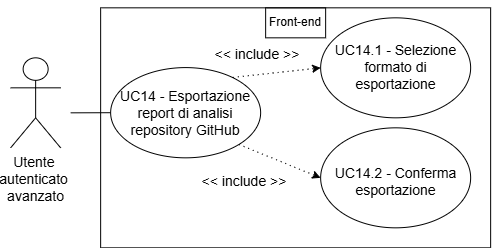
SkarabGroup/DocumentazioneProgetto keeps this draw.io diagram as assets/diagrams/UC14.png. Above is the earlier version. Source tidied: cells renumbered, new cells last; positions are measured from the earlier drawing's top-left corner, leaving out a move shared by most shapes.
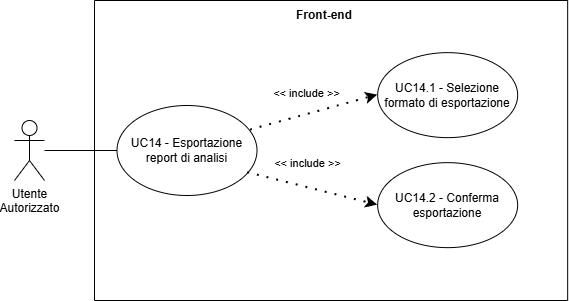
The same file after the commit.

Diff of the diagram source:
```diff
@@ -2,55 +2,43 @@
   <root>
     <mxCell id="0" />
     <mxCell id="1" parent="0" />
-    <mxCell id="2" value="&lt;font style=&quot;font-size: 14px;&quot;&gt;Utente&lt;/font&gt;&lt;font style=&quot;font-size: 12px;&quot;&gt;&amp;nbsp;&lt;/font&gt;&lt;div&gt;&lt;font style=&quot;&quot;&gt;&lt;font style=&quot;font-size: 14px;&quot;&gt;autenticato&lt;/font&gt;&lt;span style=&quot;font-size: 14px;&quot;&gt;&amp;nbsp;&lt;/span&gt;&lt;/font&gt;&lt;/div&gt;&lt;div&gt;&lt;font style=&quot;font-size: 14px;&quot;&gt;avanzato&lt;/font&gt;&lt;/div&gt;" style="shape=umlActor;verticalLabelPosition=bottom;verticalAlign=top;html=1;" parent="1" vertex="1">
-      <mxGeometry x="0.1" y="50.3" width="50" height="90" as="geometry" />
-    </mxCell>
-    <mxCell id="3" style="rounded=0;whiteSpace=wrap;html=1;" parent="1" vertex="1">
-      <mxGeometry x="90.1" y="0.3" width="390" height="240" as="geometry" />
-    </mxCell>
-    <mxCell id="4" style="endArrow=none;html=1;rounded=0;" parent="1" edge="1" target="5">
-      <mxGeometry relative="1" as="geometry">
-        <mxPoint x="60.1" y="105.3" as="sourcePoint" />
-      </mxGeometry>
-    </mxCell>
-    <mxCell id="5" style="ellipse;whiteSpace=wrap;html=1;" parent="1" vertex="1">
-      <mxGeometry x="100.1" y="60.1" width="150" height="90.2" as="geometry" />
-    </mxCell>
-    <mxCell id="6" value="&lt;font style=&quot;font-size: 14px;&quot;&gt;UC14 - Esportazione report di analisi repository GitHub&lt;/font&gt;" style="text;html=1;whiteSpace=wrap;strokeColor=none;fillColor=none;align=center;verticalAlign=middle;rounded=0;" parent="1" vertex="1">
-      <mxGeometry x="96.4" y="91.6" width="157.5" height="28.8" as="geometry" />
-    </mxCell>
-    <mxCell id="7" style="endArrow=classic;html=1;rounded=0;" parent="1" edge="1">
-      <mxGeometry relative="1" as="geometry">
-        <mxPoint x="20.1" y="0.3" as="sourcePoint" />
-        <mxPoint x="20.1" y="0.3" as="targetPoint" />
-      </mxGeometry>
-    </mxCell>
-    <mxCell id="8" style="ellipse;whiteSpace=wrap;html=1;" parent="1" vertex="1">
-      <mxGeometry x="310.1" y="10.3" width="150" height="100" as="geometry" />
-    </mxCell>
-    <mxCell id="9" style="ellipse;whiteSpace=wrap;html=1;" parent="1" vertex="1">
-      <mxGeometry x="310.1" y="120.3" width="150" height="100" as="geometry" />
-    </mxCell>
+    <mxCell id="17" value="Utente&lt;div&gt;&lt;span style=&quot;background-color: transparent; color: light-dark(rgb(0, 0, 0), rgb(255, 255, 255));&quot;&gt;Autorizzato&lt;/span&gt;&lt;/div&gt;" style="shape=umlActor;verticalLabelPosition=bottom;verticalAlign=top;html=1;outlineConnect=0;align=center;" parent="1" vertex="1">
+      <mxGeometry x="-1562" y="-734" width="30" height="60" as="geometry" />
+    </mxCell>
+    <mxCell id="18" style="swimlane;startSize=0;" parent="1" vertex="1">
+      <mxGeometry x="-1482" y="-854" width="473.2" height="300" as="geometry" />
+    </mxCell>
+    <mxCell id="19" style="ellipse;whiteSpace=wrap;html=1;" parent="18" vertex="1">
+      <mxGeometry x="22.5" y="105" width="140" height="90" as="geometry" />
+    </mxCell>
+    <mxCell id="20" value="&lt;div style=&quot;&quot;&gt;&lt;span style=&quot;background-color: transparent; color: light-dark(rgb(0, 0, 0), rgb(255, 255, 255));&quot;&gt;UC14 - Esportazione report di analisi&lt;/span&gt;&lt;/div&gt;" style="text;html=1;align=center;verticalAlign=middle;whiteSpace=wrap;rounded=0;" parent="18" vertex="1">
+      <mxGeometry x="35" y="115" width="115" height="70" as="geometry" />
+    </mxCell>
+    <mxCell id="21" style="ellipse;whiteSpace=wrap;html=1;" parent="18" vertex="1">
+      <mxGeometry x="283.2" y="52.1" width="140" height="85" as="geometry" />
+    </mxCell>
-    <mxCell id="10" value="&lt;font style=&quot;font-size: 14px;&quot;&gt;UC14.1 - Selezione formato di esportazione&lt;/font&gt;" style="text;html=1;whiteSpace=wrap;strokeColor=none;fillColor=none;align=center;verticalAlign=middle;rounded=0;" parent="1" vertex="1">
-      <mxGeometry x="322.6" y="42.8" width="125" height="35.1" as="geometry" />
+    <mxCell id="10" value="UC14.1 - Selezione formato di esportazione" style="text;html=1;align=center;verticalAlign=middle;whiteSpace=wrap;rounded=0;" parent="18" vertex="1">
+      <mxGeometry x="288.2" y="59.6" width="130" height="70" as="geometry" />
     </mxCell>
+    <mxCell id="22" value="&amp;lt;&amp;lt; include &amp;gt;&amp;gt;" style="endArrow=classic;startArrow=none;endFill=1;startFill=0;html=1;verticalAlign=bottom;dashed=1;labelBackgroundColor=none;rounded=0;dashPattern=1 4;curved=0;endSize=6;strokeWidth=2;exitX=0.953;exitY=0.273;exitDx=0;exitDy=0;entryX=0;entryY=0.5;entryDx=0;entryDy=0;exitPerimeter=0;" parent="18" edge="1" source="19" target="21">
+      <mxGeometry x="-0.08" y="12" relative="1" as="geometry" />
+    </mxCell>
+    <mxCell id="23" value="&amp;lt;&amp;lt; include &amp;gt;&amp;gt;" style="endArrow=classic;startArrow=none;endFill=1;startFill=0;html=1;verticalAlign=bottom;dashed=1;labelBackgroundColor=none;rounded=0;dashPattern=1 4;curved=0;endSize=6;strokeWidth=2;exitX=0.933;exitY=0.746;exitDx=0;exitDy=0;entryX=0;entryY=0.5;entryDx=0;entryDy=0;exitPerimeter=0;" parent="18" edge="1" source="19">
+      <mxGeometry x="-0.13" y="15" relative="1" as="geometry">
+        <mxPoint x="283.2" y="204.6" as="targetPoint" />
+      </mxGeometry>
+    </mxCell>
+    <mxCell id="16" value="Front-end" style="text;html=1;align=center;verticalAlign=middle;whiteSpace=wrap;rounded=0;perimeterSpacing=1;strokeColor=none;fontStyle=1;" parent="18" vertex="1">
+      <mxGeometry x="200" width="60" height="30" as="geometry" />
+    </mxCell>
+    <mxCell id="24" style="ellipse;whiteSpace=wrap;html=1;" parent="18" vertex="1">
+      <mxGeometry x="283.2" y="162.1" width="140" height="85" as="geometry" />
+    </mxCell>
-    <mxCell id="11" value="&lt;font style=&quot;font-size: 14px;&quot;&gt;UC14.2 - Conferma esportazione&lt;/font&gt;" style="text;html=1;whiteSpace=wrap;strokeColor=none;fillColor=none;align=center;verticalAlign=middle;rounded=0;" parent="1" vertex="1">
-      <mxGeometry x="322.6" y="159.3" width="125" height="30.2" as="geometry" />
+    <mxCell id="11" value="UC14.2 - Conferma esportazione" style="text;html=1;align=center;verticalAlign=middle;whiteSpace=wrap;rounded=0;" parent="18" vertex="1">
+      <mxGeometry x="288.2" y="169.6" width="130" height="70" as="geometry" />
     </mxCell>
-    <mxCell id="12" style="endArrow=classic;html=1;rounded=0;exitX=0.815;exitY=0.109;exitDx=0;exitDy=0;exitPerimeter=0;entryX=0;entryY=0.5;entryDx=0;entryDy=0;dashed=1;dashPattern=1 4;" parent="1" edge="1" source="5" target="8">
-      <mxGeometry relative="1" as="geometry" />
-    </mxCell>
-    <mxCell id="13" style="endArrow=classic;html=1;rounded=0;exitX=1;exitY=1;exitDx=0;exitDy=0;entryX=0;entryY=0.5;entryDx=0;entryDy=0;dashed=1;dashPattern=1 4;" parent="1" edge="1" source="5" target="9">
-      <mxGeometry relative="1" as="geometry" />
-    </mxCell>
-    <mxCell id="14" value="&lt;font style=&quot;font-size: 14px;&quot;&gt;&amp;lt;&amp;lt; include &amp;gt;&amp;gt;&lt;/font&gt;" style="text;html=1;whiteSpace=wrap;strokeColor=none;fillColor=none;align=center;verticalAlign=middle;rounded=0;" parent="1" vertex="1">
-      <mxGeometry x="199.1" y="32.5" width="96" height="30" as="geometry" />
-    </mxCell>
-    <mxCell id="15" value="&lt;font style=&quot;font-size: 14px;&quot;&gt;&amp;lt;&amp;lt; include &amp;gt;&amp;gt;&lt;/font&gt;" style="text;html=1;whiteSpace=wrap;strokeColor=none;fillColor=none;align=center;verticalAlign=middle;rounded=0;" parent="1" vertex="1">
-      <mxGeometry x="185.1" y="159.3" width="98" height="30" as="geometry" />
-    </mxCell>
-    <mxCell id="16" value="Front-end" style="text;html=1;whiteSpace=wrap;strokeColor=default;fillColor=none;align=center;verticalAlign=middle;rounded=0;perimeterSpacing=1;" parent="1" vertex="1">
-      <mxGeometry x="255.1" y="0.3" width="60" height="30" as="geometry" />
-    </mxCell>
+    <mxCell id="25" style="endArrow=none;html=1;rounded=0;entryX=0;entryY=0.5;entryDx=0;entryDy=0;" parent="1" edge="1" source="17" target="19">
+      <mxGeometry relative="1" as="geometry" />
+    </mxCell>
   </root>
 </mxGraphModel>
```
